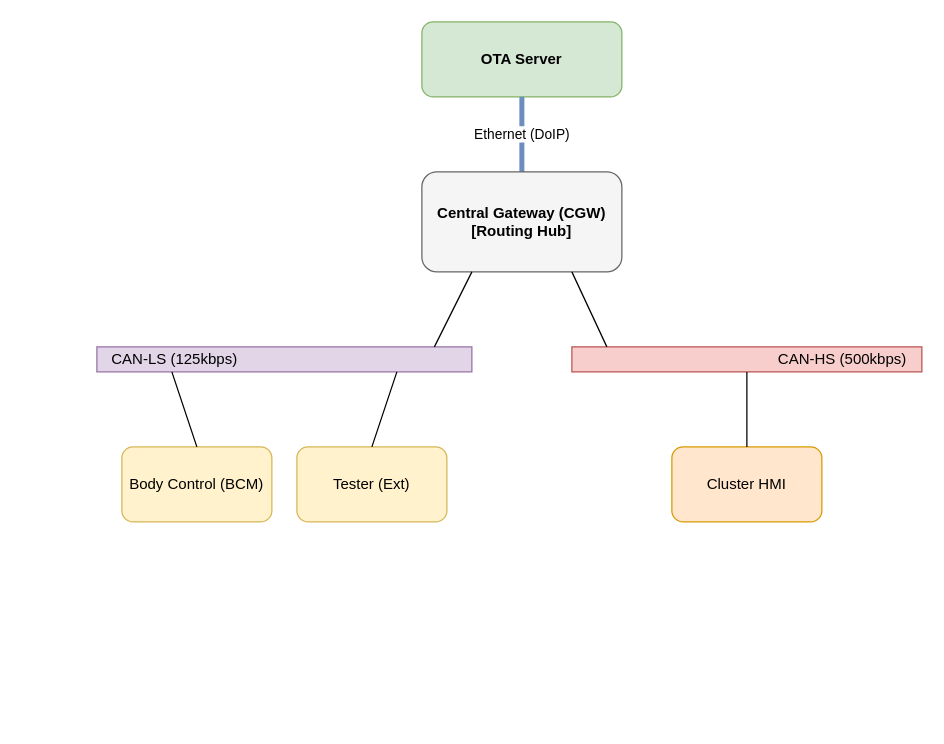
The draw.io diagram page "2. Network Topology" (2 of 4) of docs/sample/02_Make_Diagrams.drawio in VectorCANoe/canoe-driving-alert, before the edit. Source tidied: cells renumbered, new cells numbered last; positions are measured from the earlier drawing's top-left corner, leaving out a move shared by most shapes. Both pictures are drawn from the tidied source at 125%, with x=0, y=0 at pixel (96, 21).
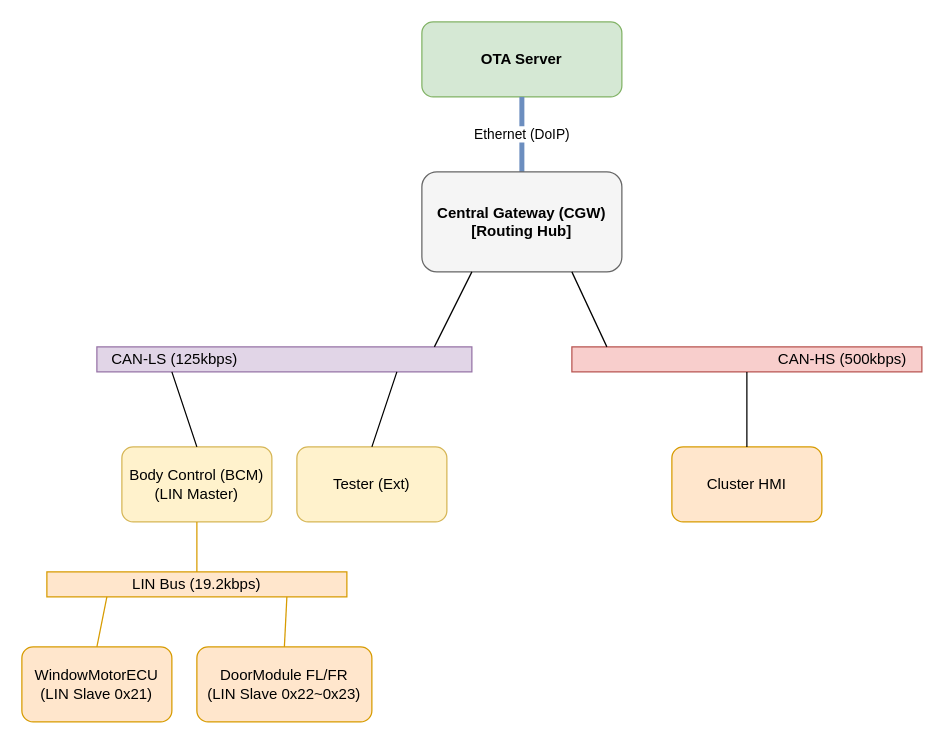
The same page after the edit.

What changed in the source:
```diff
@@
-    <mxCell id="9" value="Body Control (BCM)" style="rounded=1;whiteSpace=wrap;html=1;fillColor=#fff2cc;strokeColor=#d6b656;" parent="1" vertex="1">
+    <mxCell id="9" value="Body Control (BCM)&#10;(LIN Master)" style="rounded=1;whiteSpace=wrap;html=1;fillColor=#fff2cc;strokeColor=#d6b656;" parent="1" vertex="1">
       <mxGeometry x="20" y="340" width="120" height="60" as="geometry" />
     </mxCell>
+    <mxCell id="15" value="LIN Bus (19.2kbps)" style="rounded=0;whiteSpace=wrap;html=1;fillColor=#ffe6cc;strokeColor=#d79b00;align=center;" parent="1" vertex="1">
+      <mxGeometry x="-40" y="440" width="240" height="20" as="geometry" />
+    </mxCell>
+    <mxCell id="16" style="endArrow=none;html=1;exitX=0.5;exitY=1;exitDx=0;exitDy=0;entryX=0.5;entryY=0;entryDx=0;entryDy=0;strokeColor=#d79b00;" parent="1" edge="1" source="9" target="15">
+      <mxGeometry relative="1" as="geometry" />
+    </mxCell>
+    <mxCell id="17" value="WindowMotorECU&#10;(LIN Slave 0x21)" style="rounded=1;whiteSpace=wrap;html=1;fillColor=#ffe6cc;strokeColor=#d79b00;" parent="1" vertex="1">
+      <mxGeometry x="-60" y="500" width="120" height="60" as="geometry" />
+    </mxCell>
+    <mxCell id="18" value="DoorModule FL/FR&#10;(LIN Slave 0x22~0x23)" style="rounded=1;whiteSpace=wrap;html=1;fillColor=#ffe6cc;strokeColor=#d79b00;" parent="1" vertex="1">
+      <mxGeometry x="80" y="500" width="140" height="60" as="geometry" />
+    </mxCell>
+    <mxCell id="19" style="endArrow=none;html=1;exitX=0.2;exitY=1;exitDx=0;exitDy=0;entryX=0.5;entryY=0;entryDx=0;entryDy=0;strokeColor=#d79b00;" parent="1" edge="1" source="15" target="17">
+      <mxGeometry relative="1" as="geometry" />
+    </mxCell>
+    <mxCell id="20" style="endArrow=none;html=1;exitX=0.8;exitY=1;exitDx=0;exitDy=0;entryX=0.5;entryY=0;entryDx=0;entryDy=0;strokeColor=#d79b00;" parent="1" edge="1" source="15" target="18">
+      <mxGeometry relative="1" as="geometry" />
+    </mxCell>
```
